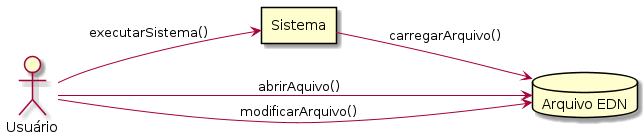
The PlantUML diagram Artefatos/Diagramas/Comunicação/C05.png in ICEI-PUC-Minas-PPLES-TI/plf-es-2022-1-tcci-5308100-dev-marlon-silva, before a commit. Source of this version:
```plantuml
@startuml

left to right direction

actor "Usuário" as usr
rectangle "Sistema" as sys
database "Arquivo EDN" as file

usr --> file: abrirAquivo()
usr --> file: modificarArquivo()
usr --> sys: executarSistema()

sys --> file: carregarArquivo()


@enduml
```
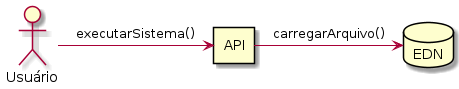
Above is the later version.

Diff of the diagram source:
```diff
@@ -1,16 +1,11 @@
-@startuml
-
-left to right direction
+@startuml c05
 
 actor "Usuário" as usr
-rectangle "Sistema" as sys
-database "Arquivo EDN" as file
+database "EDN" as file
+rectangle "API" as app
 
-usr --> file: abrirAquivo()
-usr --> file: modificarArquivo()
-usr --> sys: executarSistema()
+usr -> app: executarSistema()
 
-sys --> file: carregarArquivo()
-
+app -> file: carregarArquivo()
 
 @enduml
```
